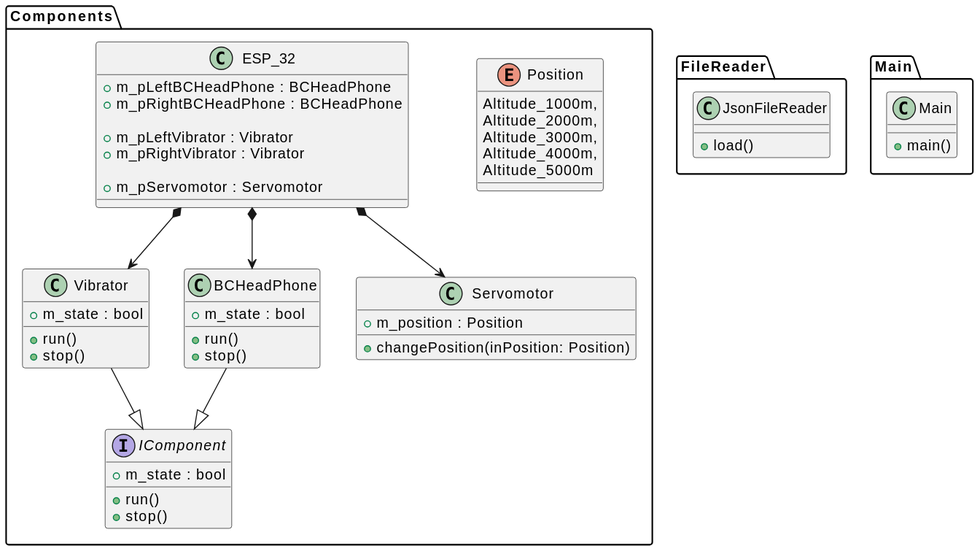
This is diagrams/embedded_class.svg from MaskUp-Org/Models, a PlantUML export, as it was before one commit.
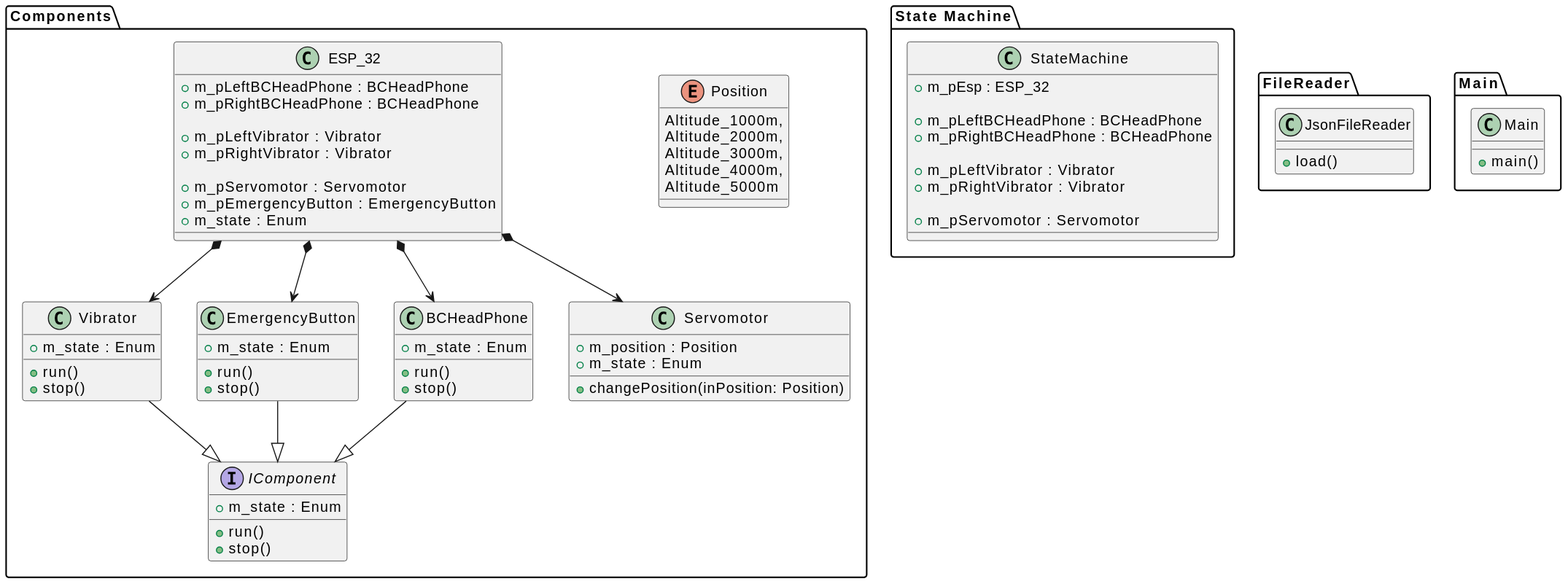
After the change.

Diff of the diagram source:
```diff
@@ -4,27 +4,35 @@
         +run()
         +stop()
 
-        +m_state : bool
+        +m_state : Enum
     }
 
     class Vibrator {
         +run()
         +stop()
 
-        +m_state : bool
+        +m_state : Enum
+    }
+
+    class EmergencyButton {
+        +run()
+        +stop()
+
+        +m_state : Enum
     }
 
     class BCHeadPhone {
         +run()
         +stop()
 
-        +m_state : bool
+        +m_state : Enum
     }
 
     class Servomotor {
         +changePosition(inPosition: Position)
 
         +m_position : Position
+        +m_state : Enum
     }
 
     class ESP_32 {
@@ -36,6 +44,8 @@
         +m_pRightVibrator : Vibrator
 
         +m_pServomotor : Servomotor
+        +m_pEmergencyButton : EmergencyButton
+        +m_state : Enum
     }
 
     enum Position
@@ -45,6 +55,21 @@
         Altitude_3000m,
         Altitude_4000m,
         Altitude_5000m
+    }
+
+}
+
+package "State Machine" {
+    class StateMachine {
+        +m_pEsp : ESP_32
+
+        +m_pLeftBCHeadPhone : BCHeadPhone
+        +m_pRightBCHeadPhone : BCHeadPhone
+
+        +m_pLeftVibrator : Vibrator
+        +m_pRightVibrator : Vibrator
+
+        +m_pServomotor : Servomotor
     }
 
 }
@@ -61,10 +86,12 @@
     }
 }
 
+EmergencyButton --|> IComponent
 Vibrator --|> IComponent
 BCHeadPhone --|> IComponent
 
 ESP_32 *--> BCHeadPhone
+ESP_32 *--> EmergencyButton
 ESP_32 *--> Vibrator
 ESP_32 *--> Servomotor
 @enduml
```
